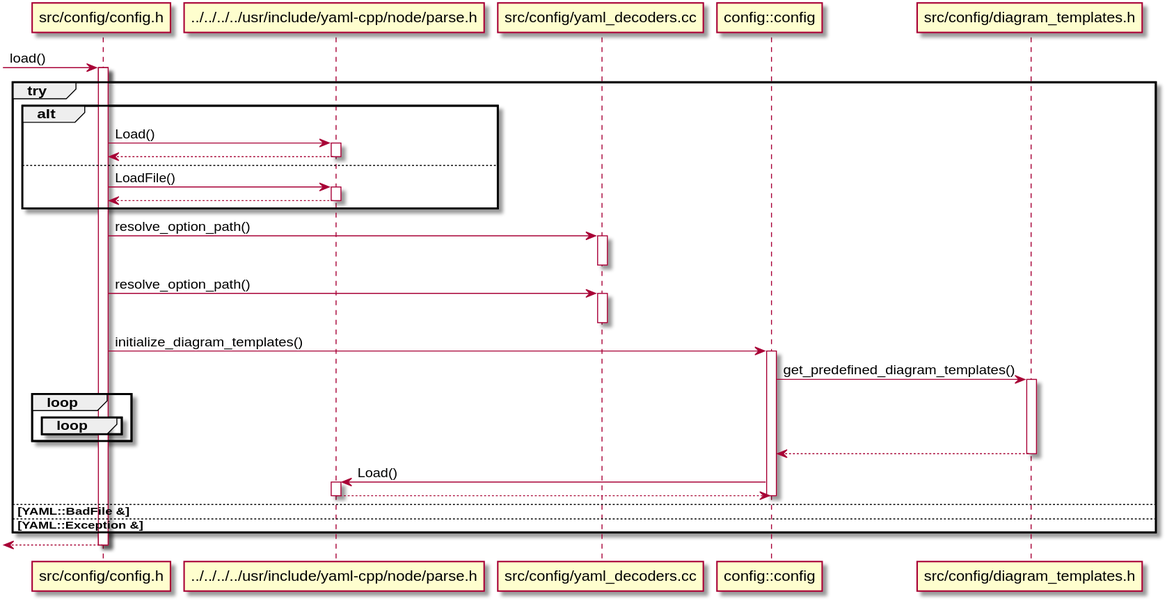
This is load_config_sequence.svg from clang-uml/clang-uml.github.io, a PlantUML export, as it was before one commit. The source it was exported from:
```plantuml
@startuml
participant "src/config/config.h" as C_0000614088048571469686
[-> C_0000614088048571469686 : load()
activate C_0000614088048571469686
group try
alt
participant "../../../../usr/include/yaml-cpp/node/parse.h" as C_0001918194267413196394
C_0000614088048571469686 -> C_0001918194267413196394 [[{}]] : Load()
activate C_0001918194267413196394
C_0001918194267413196394 --> C_0000614088048571469686
deactivate C_0001918194267413196394
else
C_0000614088048571469686 -> C_0001918194267413196394 [[{}]] : LoadFile()
activate C_0001918194267413196394
C_0001918194267413196394 --> C_0000614088048571469686
deactivate C_0001918194267413196394
end
participant "src/config/yaml_decoders.cc" as C_0002241337846110137573
C_0000614088048571469686 -> C_0002241337846110137573 [[{}]] : resolve_option_path()
activate C_0002241337846110137573
deactivate C_0002241337846110137573
C_0000614088048571469686 -> C_0002241337846110137573 [[{}]] : resolve_option_path()
activate C_0002241337846110137573
deactivate C_0002241337846110137573
participant "config::config" as C_0000893743909513410599 [[{Represents entire configuration file}]]
C_0000614088048571469686 -> C_0000893743909513410599 [[{}]] : initialize_diagram_templates()
activate C_0000893743909513410599
participant "src/config/diagram_templates.h" as C_0002264874125868195738
C_0000893743909513410599 -> C_0002264874125868195738 [[{}]] : get_predefined_diagram_templates()
activate C_0002264874125868195738
loop
loop
end
end
C_0002264874125868195738 --> C_0000893743909513410599
deactivate C_0002264874125868195738
C_0000893743909513410599 -> C_0001918194267413196394 [[{}]] : Load()
activate C_0001918194267413196394
C_0001918194267413196394 --> C_0000893743909513410599
deactivate C_0001918194267413196394
deactivate C_0000893743909513410599
else YAML::BadFile &
else YAML::Exception &
end
[<-- C_0000614088048571469686
deactivate C_0000614088048571469686

@enduml
```
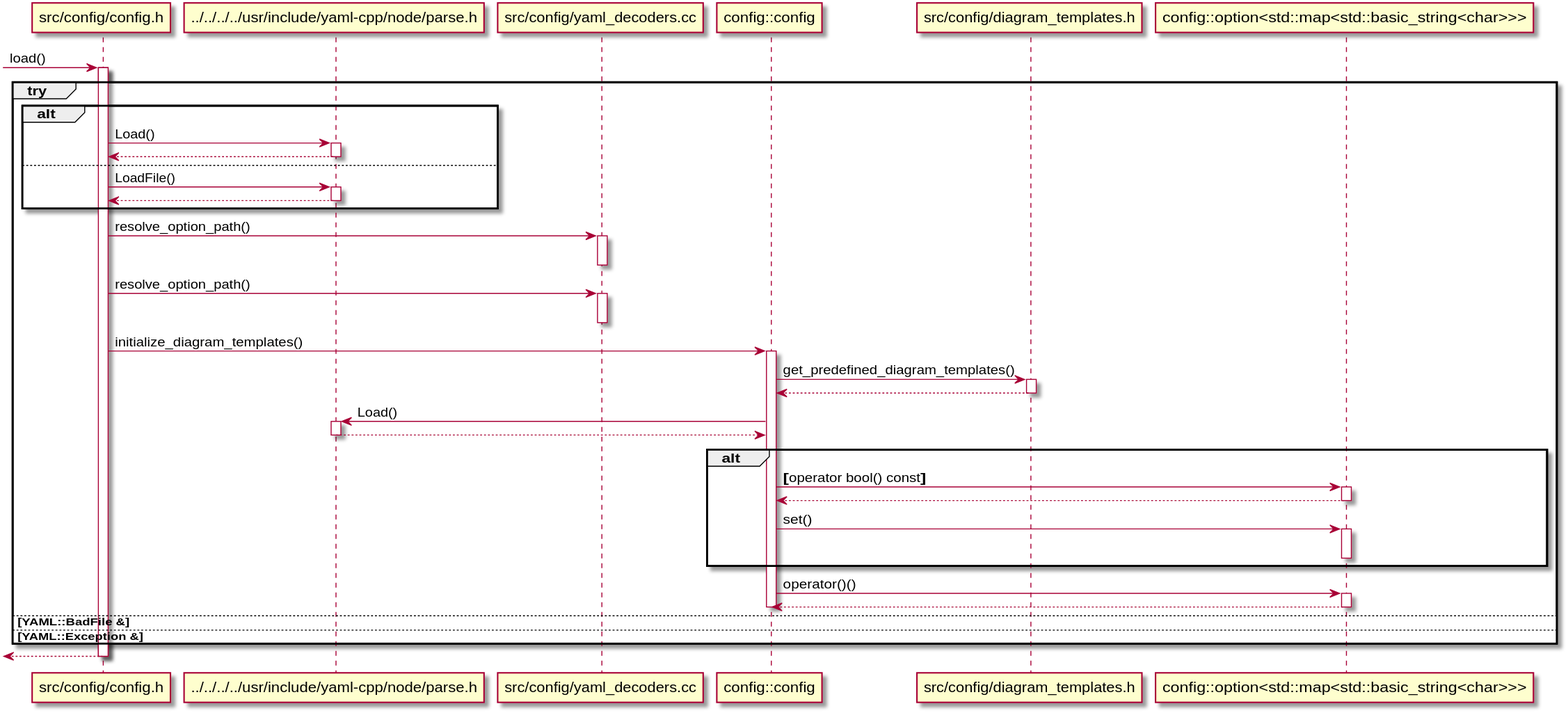
After the commit.

Diff of the diagram source:
```diff
@@ -28,16 +28,26 @@
 participant "src/config/diagram_templates.h" as C_0002264874125868195738
 C_0000893743909513410599 -> C_0002264874125868195738 [[{}]] : get_predefined_diagram_templates()
 activate C_0002264874125868195738
-loop
-loop
-end
-end
 C_0002264874125868195738 --> C_0000893743909513410599
 deactivate C_0002264874125868195738
 C_0000893743909513410599 -> C_0001918194267413196394 [[{}]] : Load()
 activate C_0001918194267413196394
 C_0001918194267413196394 --> C_0000893743909513410599
 deactivate C_0001918194267413196394
+alt
+participant "config::option<std::map<std::basic_string<char>>>" as C_0001794979654581748123 [[{option}]]
+C_0000893743909513410599 -> C_0001794979654581748123 [[{}]] : **[**operator bool() const**]**
+activate C_0001794979654581748123
+C_0001794979654581748123 --> C_0000893743909513410599
+deactivate C_0001794979654581748123
+C_0000893743909513410599 -> C_0001794979654581748123 [[{}]] : set()
+activate C_0001794979654581748123
+deactivate C_0001794979654581748123
+end
+C_0000893743909513410599 -> C_0001794979654581748123 [[{}]] : operator()()
+activate C_0001794979654581748123
+C_0001794979654581748123 --> C_0000893743909513410599
+deactivate C_0001794979654581748123
 deactivate C_0000893743909513410599
 else YAML::BadFile &
 else YAML::Exception &
```
